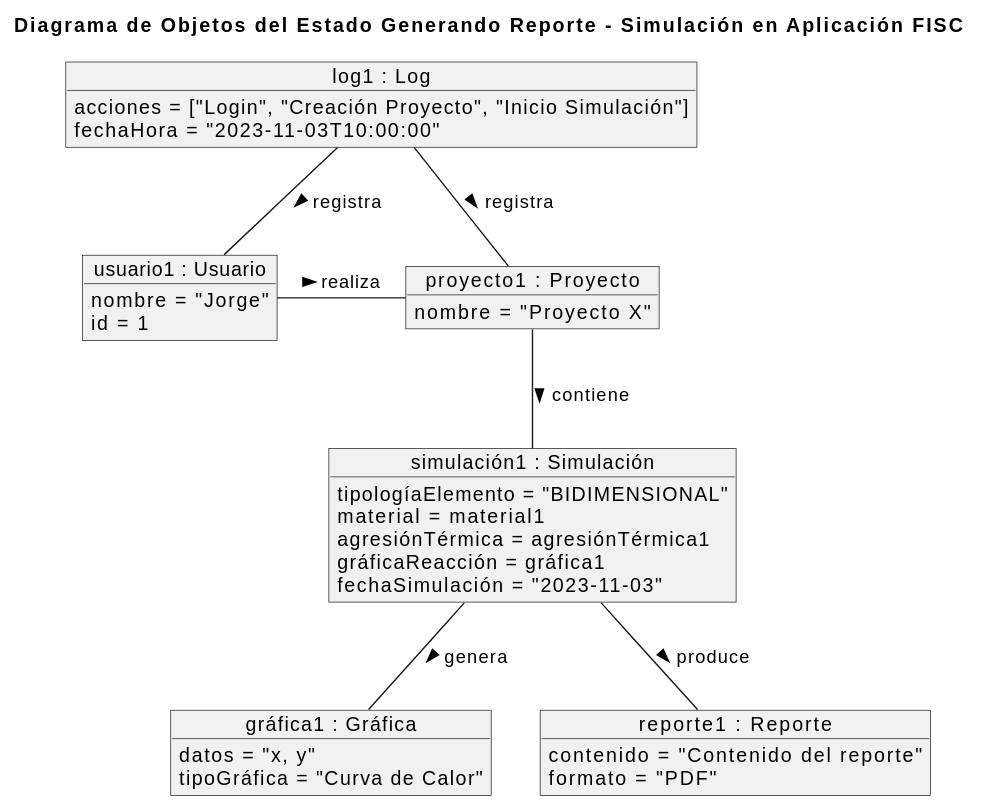
The PlantUML diagram imagenes/modelosUML/diagramaObjetos.svg in mmasias/23-24-IdSw1-SDR, before a commit.
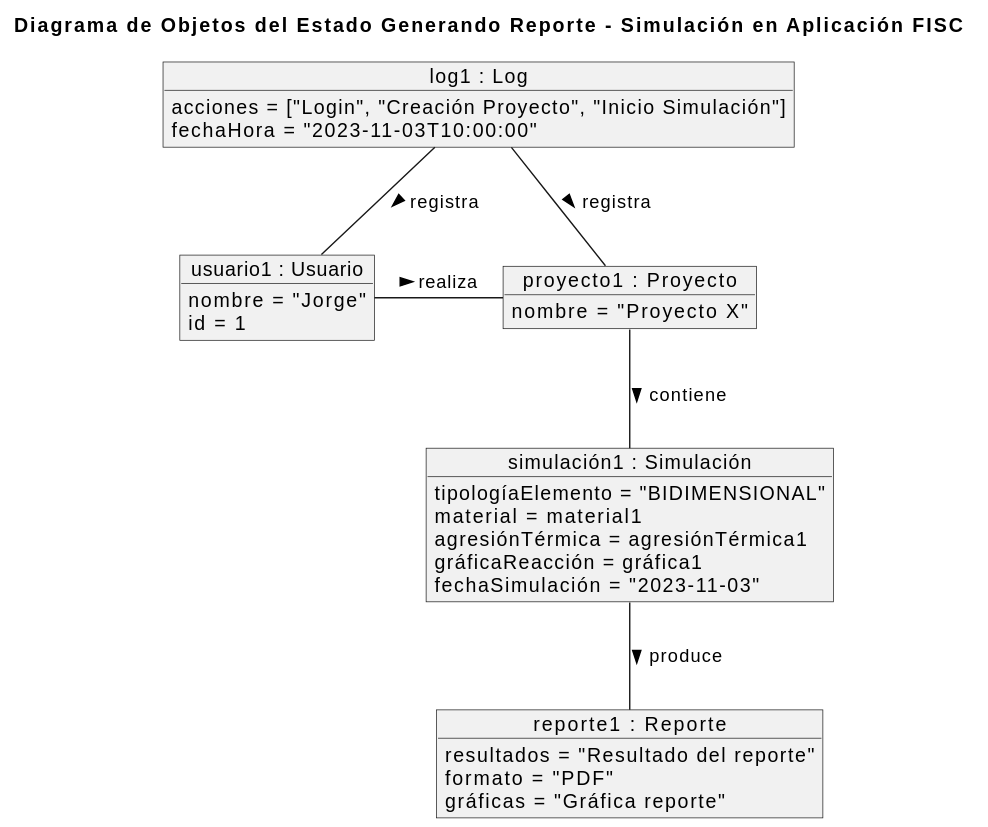
The same file after the commit.

Commit message:
diagrama de objetos actualizado

Diff of the diagram source:
```diff
@@ -18,24 +18,19 @@
     fechaSimulación = "2023-11-03"
 }
 
-object "gráfica1 : Gráfica" as gráfica1 {
-    datos = "x, y"
-    tipoGráfica = "Curva de Calor"
-}
-
 object "log1 : Log" as log1 {
     acciones = ["Login", "Creación Proyecto", "Inicio Simulación"]
     fechaHora = "2023-11-03T10:00:00"
 }
 
 object "reporte1 : Reporte" as reporte1 {
-    contenido = "Contenido del reporte"
+    resultados = "Resultado del reporte"
     formato = "PDF"
+    gráficas = "Gráfica reporte"
 }
 
 usuario1 - proyecto1 : "realiza >"
 proyecto1 -- simulación1 : "contiene >"
-simulación1 -- gráfica1 : "genera >"
 simulación1 -- reporte1 : "produce >"
 log1 -- usuario1: "registra >"
 log1 -- proyecto1 : "registra >"
```
